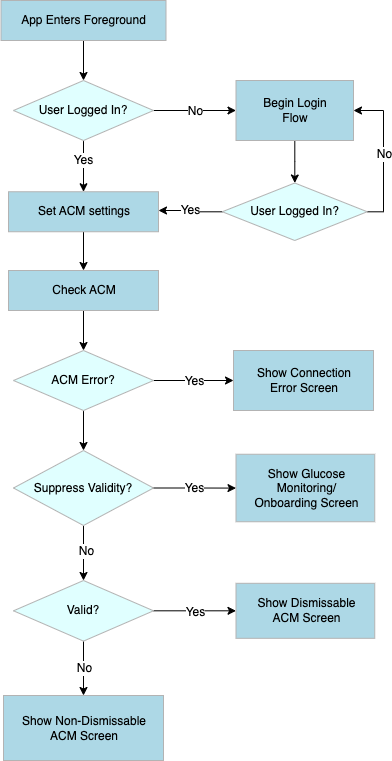
Earlier version of the draw.io export images/ACMWorkflow.png (vl1021/pumlcharts). Source tidied: cells renumbered, new cells last; positions are measured from the earlier drawing's top-left corner, leaving out a move shared by most shapes. Its diagram source:
```xml
<mxGraphModel background="#FFFFFF">
  <root>
    <mxCell id="0" />
    <mxCell id="1" value="Layer 0" parent="0" />
    <mxCell id="2" style="edgeStyle=orthogonalEdgeStyle;rounded=0;jettySize=auto;html=1;" parent="1" edge="1" source="3" target="15">
      <mxGeometry relative="1" as="geometry" />
    </mxCell>
    <mxCell id="3" value="&lt;div style=&quot;width: 93.0px;height:auto;word-break: break-word;&quot;&gt;&lt;div align=&quot;center&quot;&gt;&lt;span style=&quot;text-decoration: none; font-size: 12px; line-height: 0;&quot;&gt;&lt;span style=&quot;text-decoration: none; line-height: normal;&quot;&gt;Set ACM settings&lt;/span&gt;&lt;/span&gt;&lt;/div&gt;&lt;/div&gt;" style="shape=rect;shadow=0;strokeWidth=1;fillColor=#ADD8E6;strokeColor=#B3B3B3;opacity=100.0;html=1;nl2Br=0;verticalAlign=middle;align=center;spacingLeft=2.0;spacingRight=0;whiteSpace=wrap;gliffyId=38;spacing=16;rounded=0;" parent="1" vertex="1">
      <mxGeometry x="7" y="191.2" width="150" height="40" as="geometry" />
    </mxCell>
    <mxCell id="4" value="Show Glucose Monitoring/&lt;br&gt;Onboarding Screen" style="shape=rect;shadow=0;strokeWidth=1;fillColor=#ADD8E6;strokeColor=#B3B3B3;opacity=100.0;html=1;nl2Br=0;verticalAlign=middle;align=center;spacingLeft=2.0;spacingRight=0;whiteSpace=wrap;gliffyId=15;spacing=16;rounded=0;" parent="1" vertex="1">
      <mxGeometry x="234.5" y="453.8" width="138.8" height="67.5" as="geometry" />
    </mxCell>
    <mxCell id="5" style="edgeStyle=orthogonalEdgeStyle;rounded=0;jettySize=auto;html=1;" parent="1" edge="1" source="9" target="13">
      <mxGeometry relative="1" as="geometry" />
    </mxCell>
    <mxCell id="6" value="&lt;font style=&quot;font-size: 12px;&quot;&gt;No&lt;/font&gt;" style="edgeLabel;html=1;align=center;verticalAlign=middle;fontSize=12;" parent="5" vertex="1">
      <mxGeometry relative="1" as="geometry" />
    </mxCell>
    <mxCell id="7" style="edgeStyle=orthogonalEdgeStyle;rounded=0;jettySize=auto;html=1;" parent="1" edge="1" source="9" target="3">
      <mxGeometry relative="1" as="geometry" />
    </mxCell>
    <mxCell id="8" value="Yes" style="edgeLabel;html=1;align=center;verticalAlign=middle;fontSize=12;" parent="7" vertex="1">
      <mxGeometry x="-0.25" y="-1" relative="1" as="geometry" />
    </mxCell>
    <mxCell id="9" value="&lt;font style=&quot;font-size: 12px;&quot;&gt;User Logged In?&lt;/font&gt;" style="strokeWidth=1;html=1;shape=mxgraph.flowchart.decision;whiteSpace=wrap;fillColor=#E0FFFF;strokeColor=#B3B3B3;shadow=0;spacingLeft=0;spacingRight=0;spacing=20;fontSize=12;fontFamily=Helvetica;" parent="1" vertex="1">
      <mxGeometry x="12" y="80" width="140" height="60" as="geometry" />
    </mxCell>
    <mxCell id="10" style="edgeStyle=orthogonalEdgeStyle;rounded=0;jettySize=auto;html=1;" parent="1" edge="1" source="11" target="9">
      <mxGeometry relative="1" as="geometry" />
    </mxCell>
    <mxCell id="11" value="&lt;p style=&quot;font-size: 12px;&quot;&gt;&lt;font style=&quot;font-size: 12px;&quot;&gt;App Enters Foreground&lt;/font&gt;&lt;/p&gt;" style="whiteSpace=wrap;html=1;fillColor=#ADD8E6;strokeColor=#B3B3B3;strokeWidth=1;labelPadding=5;shadow=0;spacing=16;rounded=0;fontSize=12;fontFamily=Helvetica;" parent="1" vertex="1">
      <mxGeometry x="-0.5" width="165" height="40" as="geometry" />
    </mxCell>
    <mxCell id="12" style="edgeStyle=orthogonalEdgeStyle;rounded=0;jettySize=auto;html=1;" parent="1" edge="1" source="13" target="31">
      <mxGeometry relative="1" as="geometry" />
    </mxCell>
    <mxCell id="13" value="&lt;p style=&quot;font-size: 12px;&quot;&gt;&lt;font style=&quot;font-size: 12px;&quot;&gt;Begin Login Flow&lt;/font&gt;&lt;/p&gt;" style="whiteSpace=wrap;html=1;fillColor=#ADD8E6;strokeColor=#B3B3B3;strokeWidth=1;labelPadding=5;shadow=0;spacing=16;rounded=0;fontSize=12;fontFamily=Helvetica;" parent="1" vertex="1">
      <mxGeometry x="234.5" y="80" width="117.5" height="60" as="geometry" />
    </mxCell>
    <mxCell id="14" style="edgeStyle=orthogonalEdgeStyle;rounded=0;jettySize=auto;html=1;" parent="1" edge="1" source="15" target="19">
      <mxGeometry relative="1" as="geometry" />
    </mxCell>
    <mxCell id="15" value="&lt;div style=&quot;width: 93.0px;height:auto;word-break: break-word;&quot;&gt;&lt;div align=&quot;center&quot;&gt;&lt;span style=&quot;text-decoration: none; font-size: 12px; line-height: 0;&quot;&gt;&lt;span style=&quot;text-decoration: none; line-height: normal;&quot;&gt;Check ACM&lt;/span&gt;&lt;/span&gt;&lt;/div&gt;&lt;/div&gt;" style="shape=rect;shadow=0;strokeWidth=1;fillColor=#ADD8E6;strokeColor=#B3B3B3;opacity=100.0;html=1;nl2Br=0;verticalAlign=middle;align=center;spacingLeft=2.0;spacingRight=0;whiteSpace=wrap;gliffyId=38;spacing=16;rounded=0;" parent="1" vertex="1">
      <mxGeometry x="7" y="270" width="150" height="40" as="geometry" />
    </mxCell>
    <mxCell id="16" style="edgeStyle=orthogonalEdgeStyle;rounded=0;jettySize=auto;html=1;" parent="1" edge="1" source="19" target="20">
      <mxGeometry relative="1" as="geometry" />
    </mxCell>
    <mxCell id="17" value="&lt;font style=&quot;font-size: 12px;&quot;&gt;Yes&lt;/font&gt;" style="edgeLabel;html=1;align=center;verticalAlign=middle;" parent="16" vertex="1">
      <mxGeometry relative="1" as="geometry" />
    </mxCell>
    <mxCell id="18" style="edgeStyle=orthogonalEdgeStyle;rounded=0;jettySize=auto;html=1;" parent="1" edge="1" source="19" target="36">
      <mxGeometry relative="1" as="geometry" />
    </mxCell>
    <mxCell id="19" value="&lt;font style=&quot;font-size: 12px;&quot;&gt;ACM Error?&lt;/font&gt;" style="strokeWidth=1;html=1;shape=mxgraph.flowchart.decision;whiteSpace=wrap;fillColor=#E0FFFF;strokeColor=#B3B3B3;shadow=0;spacingLeft=0;spacingRight=0;spacing=20;fontSize=12;fontFamily=Helvetica;" parent="1" vertex="1">
      <mxGeometry x="12" y="350" width="140" height="60" as="geometry" />
    </mxCell>
    <mxCell id="20" value="Show Connection Error Screen" style="shape=rect;shadow=0;strokeWidth=1;fillColor=#ADD8E6;strokeColor=#B3B3B3;opacity=100.0;html=1;nl2Br=0;verticalAlign=middle;align=center;spacingLeft=2.0;spacingRight=0;whiteSpace=wrap;gliffyId=38;spacing=16;rounded=0;labelPadding=5;" parent="1" vertex="1">
      <mxGeometry x="232" y="350" width="140" height="60" as="geometry" />
    </mxCell>
    <mxCell id="21" style="edgeStyle=orthogonalEdgeStyle;rounded=0;jettySize=auto;html=1;" parent="1" edge="1" source="25" target="26">
      <mxGeometry relative="1" as="geometry" />
    </mxCell>
    <mxCell id="22" value="&lt;font style=&quot;font-size: 12px;&quot;&gt;No&lt;/font&gt;" style="edgeLabel;html=1;align=center;verticalAlign=middle;fontSize=12;" parent="21" vertex="1">
      <mxGeometry relative="1" as="geometry" />
    </mxCell>
    <mxCell id="23" style="edgeStyle=orthogonalEdgeStyle;rounded=0;jettySize=auto;html=1;" parent="1" edge="1" source="25" target="27">
      <mxGeometry relative="1" as="geometry" />
    </mxCell>
    <mxCell id="24" value="&lt;font style=&quot;font-size: 12px;&quot;&gt;Yes&lt;/font&gt;" style="edgeLabel;html=1;align=center;verticalAlign=middle;fontSize=12;" parent="23" vertex="1">
      <mxGeometry relative="1" as="geometry">
        <mxPoint y="1" as="offset" />
      </mxGeometry>
    </mxCell>
    <mxCell id="25" value="&lt;font style=&quot;font-size: 12px;&quot;&gt;Valid?&lt;/font&gt;" style="strokeWidth=1;html=1;shape=mxgraph.flowchart.decision;whiteSpace=wrap;fillColor=#E0FFFF;strokeColor=#B3B3B3;shadow=0;spacingLeft=0;spacingRight=0;spacing=20;fontSize=12;fontFamily=Helvetica;" parent="1" vertex="1">
      <mxGeometry x="12" y="580" width="140" height="60.6" as="geometry" />
    </mxCell>
    <mxCell id="26" value="Show Non-Dismissable &lt;br&gt;ACM Screen" style="shape=rect;shadow=0;strokeWidth=1;fillColor=#ADD8E6;strokeColor=#B3B3B3;opacity=100.0;html=1;nl2Br=0;verticalAlign=middle;align=center;spacingLeft=2.0;spacingRight=0;whiteSpace=wrap;gliffyId=15;spacing=16;rounded=0;" parent="1" vertex="1">
      <mxGeometry x="2" y="695" width="160" height="65" as="geometry" />
    </mxCell>
    <mxCell id="27" value="Show Dismissable &lt;br&gt;ACM Screen" style="shape=rect;shadow=0;strokeWidth=1;fillColor=#ADD8E6;strokeColor=#B3B3B3;opacity=100.0;html=1;nl2Br=0;verticalAlign=middle;align=center;spacingLeft=2.0;spacingRight=0;whiteSpace=wrap;gliffyId=15;spacing=16;rounded=0;" parent="1" vertex="1">
      <mxGeometry x="234.5" y="582.8" width="138.8" height="55" as="geometry" />
    </mxCell>
    <mxCell id="28" value="&lt;font style=&quot;font-size: 12px;&quot;&gt;Yes&lt;/font&gt;" style="edgeStyle=orthogonalEdgeStyle;rounded=0;jettySize=auto;html=1;fontSize=12;" parent="1" edge="1" source="31" target="3">
      <mxGeometry relative="1" as="geometry">
        <Array as="points">
          <mxPoint x="189" y="211" />
          <mxPoint x="189" y="210" />
        </Array>
      </mxGeometry>
    </mxCell>
    <mxCell id="29" style="edgeStyle=orthogonalEdgeStyle;rounded=0;jettySize=auto;html=1;entryX=1;entryY=0.5;entryDx=0;entryDy=0;fontSize=12;" parent="1" edge="1" source="31" target="13">
      <mxGeometry relative="1" as="geometry">
        <Array as="points">
          <mxPoint x="382" y="211" />
          <mxPoint x="382" y="110" />
        </Array>
      </mxGeometry>
    </mxCell>
    <mxCell id="30" value="No" style="edgeLabel;html=1;align=center;verticalAlign=middle;fontSize=12;" parent="29" vertex="1">
      <mxGeometry relative="1" as="geometry" />
    </mxCell>
    <mxCell id="31" value="&lt;font style=&quot;font-size: 12px;&quot;&gt;User Logged In?&lt;/font&gt;" style="strokeWidth=1;html=1;shape=mxgraph.flowchart.decision;whiteSpace=wrap;fillColor=#E0FFFF;strokeColor=#B3B3B3;shadow=0;spacingLeft=0;spacingRight=0;spacing=20;fontSize=12;fontFamily=Helvetica;" parent="1" vertex="1">
      <mxGeometry x="220.8" y="182.5" width="145" height="57.5" as="geometry" />
    </mxCell>
    <mxCell id="32" style="edgeStyle=orthogonalEdgeStyle;rounded=0;jettySize=auto;html=1;" parent="1" edge="1" source="36" target="25">
      <mxGeometry relative="1" as="geometry" />
    </mxCell>
    <mxCell id="33" value="&lt;font style=&quot;font-size: 12px;&quot;&gt;No&lt;/font&gt;" style="edgeLabel;html=1;align=center;verticalAlign=middle;" parent="32" vertex="1">
      <mxGeometry x="-0.08" y="2" relative="1" as="geometry" />
    </mxCell>
    <mxCell id="34" style="edgeStyle=orthogonalEdgeStyle;rounded=0;jettySize=auto;html=1;" parent="1" edge="1" source="36" target="4">
      <mxGeometry relative="1" as="geometry" />
    </mxCell>
    <mxCell id="35" value="&lt;font style=&quot;font-size: 12px;&quot;&gt;Yes&lt;/font&gt;" style="edgeLabel;html=1;align=center;verticalAlign=middle;fontSize=12;" parent="34" vertex="1">
      <mxGeometry relative="1" as="geometry" />
    </mxCell>
    <mxCell id="36" value="&lt;font style=&quot;font-size: 12px;&quot;&gt;Suppress Validity?&lt;/font&gt;" style="strokeWidth=1;html=1;shape=mxgraph.flowchart.decision;whiteSpace=wrap;fillColor=#E0FFFF;strokeColor=#B3B3B3;shadow=0;spacingLeft=0;spacingRight=0;spacing=20;fontSize=12;fontFamily=Helvetica;" parent="1" vertex="1">
      <mxGeometry x="12" y="450" width="140" height="75" as="geometry" />
    </mxCell>
    <mxCell id="37" style="edgeStyle=orthogonalEdgeStyle;rounded=0;orthogonalLoop=1;jettySize=auto;html=1;exitX=0.5;exitY=1;exitDx=0;exitDy=0;" parent="1" edge="1" source="3" target="3">
      <mxGeometry relative="1" as="geometry" />
    </mxCell>
  </root>
</mxGraphModel>
```
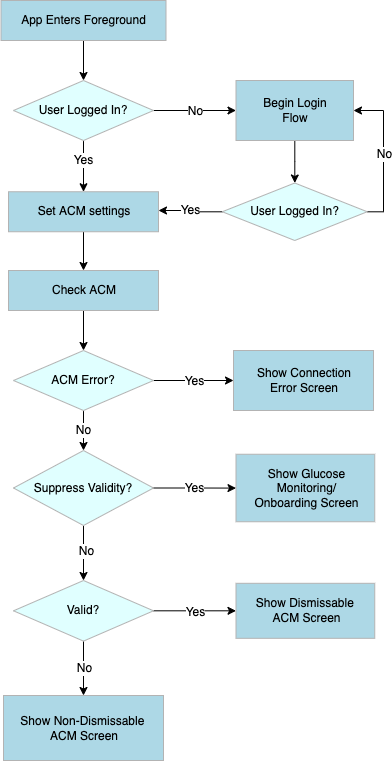
Later version of the same file.

The edit, as a diff of the source:
```diff
@@ -50,7 +50,7 @@
     <mxCell id="17" value="&lt;font style=&quot;font-size: 12px;&quot;&gt;Yes&lt;/font&gt;" style="edgeLabel;html=1;align=center;verticalAlign=middle;" parent="16" vertex="1">
       <mxGeometry relative="1" as="geometry" />
     </mxCell>
-    <mxCell id="18" style="edgeStyle=orthogonalEdgeStyle;rounded=0;jettySize=auto;html=1;" parent="1" edge="1" source="19" target="36">
+    <mxCell id="18" value="&lt;font style=&quot;font-size: 12px;&quot;&gt;No&lt;/font&gt;" style="edgeStyle=orthogonalEdgeStyle;rounded=0;jettySize=auto;html=1;" parent="1" edge="1" source="19" target="36">
       <mxGeometry relative="1" as="geometry" />
     </mxCell>
     <mxCell id="19" value="&lt;font style=&quot;font-size: 12px;&quot;&gt;ACM Error?&lt;/font&gt;" style="strokeWidth=1;html=1;shape=mxgraph.flowchart.decision;whiteSpace=wrap;fillColor=#E0FFFF;strokeColor=#B3B3B3;shadow=0;spacingLeft=0;spacingRight=0;spacing=20;fontSize=12;fontFamily=Helvetica;" parent="1" vertex="1">
```
